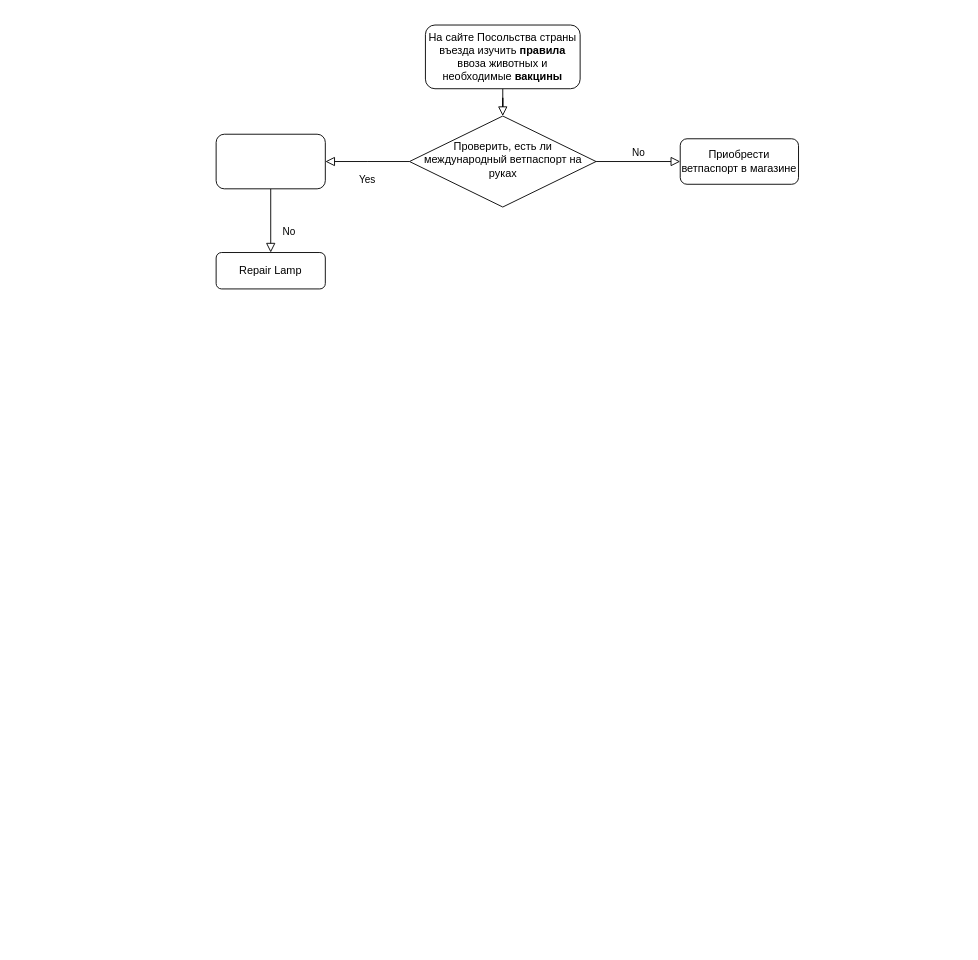
Before: Диаграмма без названия.drawio.xml in ttachyon/test_task_Kontur, a draw.io diagram. Source tidied: cells renumbered, new cells numbered last; positions are measured from the earlier drawing's top-left corner, leaving out a move shared by most shapes. Both pictures are drawn from the tidied source at 91%, with x=0, y=0 at pixel (216, 25).
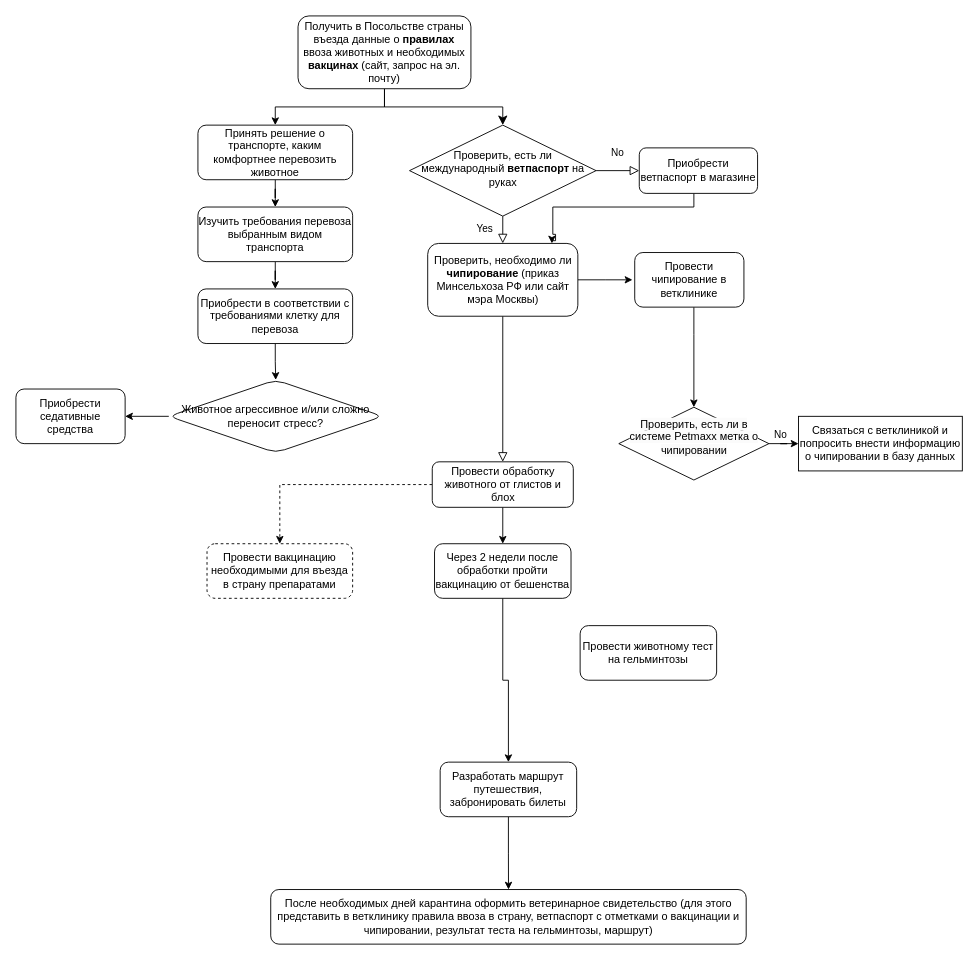
The same page after the edit.

Change to the diagram source:
```diff
@@
-    <mxCell id="2" style="rounded=0;html=1;jettySize=auto;fontSize=11;endArrow=block;endFill=0;endSize=8;strokeWidth=1;shadow=0;labelBackgroundColor=none;edgeStyle=orthogonalEdgeStyle;" parent="1" edge="1" source="3" target="6">
-      <mxGeometry relative="1" as="geometry" />
+    <mxCell id="2" style="rounded=0;html=1;jettySize=auto;fontSize=11;endArrow=classic;endFill=1;endSize=8;strokeWidth=1;shadow=0;labelBackgroundColor=none;edgeStyle=orthogonalEdgeStyle;" parent="1" edge="1" source="3" target="6">
+      <mxGeometry relative="1" as="geometry">
+        <Array as="points">
+          <mxPoint x="185" y="90" />
+          <mxPoint x="315" y="90" />
+        </Array>
+      </mxGeometry>
     </mxCell>
+    <mxCell id="11" style="edgeStyle=orthogonalEdgeStyle;rounded=0;jettySize=auto;html=1;" parent="1" edge="1" source="3" target="24">
+      <mxGeometry relative="1" as="geometry" />
+    </mxCell>
-    <mxCell id="3" value="На сайте Посольства страны въезда изучить &lt;b&gt;правила&lt;/b&gt; ввоза животных и необходимые &lt;b&gt;вакцины&lt;/b&gt;" style="rounded=1;whiteSpace=wrap;html=1;fontSize=12;glass=0;strokeWidth=1;shadow=0;" parent="1" vertex="1">
-      <mxGeometry x="230" width="170" height="70" as="geometry" />
+    <mxCell id="3" value="Получить в Посольстве страны въезда данные о&amp;nbsp;&lt;b&gt;правилах&lt;/b&gt; ввоза животных и необходимых &lt;b&gt;вакцинах&amp;nbsp;&lt;/b&gt;(сайт, запрос на эл. почту)" style="rounded=1;whiteSpace=wrap;html=1;fontSize=12;glass=0;strokeWidth=1;shadow=0;" parent="1" vertex="1">
+      <mxGeometry x="90" y="-10" width="190" height="80" as="geometry" />
     </mxCell>
-    <mxCell id="4" value="Yes" style="rounded=0;html=1;jettySize=auto;fontSize=11;endArrow=block;endFill=0;endSize=8;strokeWidth=1;shadow=0;labelBackgroundColor=none;edgeStyle=orthogonalEdgeStyle;" parent="1" edge="1" source="6">
-      <mxGeometry y="20" relative="1" as="geometry">
-        <mxPoint x="120" y="150" as="targetPoint" />
-      </mxGeometry>
+    <mxCell id="4" value="Yes" style="rounded=0;html=1;jettySize=auto;fontSize=11;endArrow=block;endFill=0;endSize=8;strokeWidth=1;shadow=0;labelBackgroundColor=none;edgeStyle=orthogonalEdgeStyle;exitX=0.5;exitY=1;exitDx=0;exitDy=0;entryX=0.5;entryY=0;entryDx=0;entryDy=0;" parent="1" edge="1" source="6" target="10">
+      <mxGeometry x="-0.08" y="-20" relative="1" as="geometry" />
     </mxCell>
     <mxCell id="5" value="No" style="edgeStyle=orthogonalEdgeStyle;rounded=0;html=1;jettySize=auto;fontSize=11;endArrow=block;endFill=0;endSize=8;strokeWidth=1;shadow=0;labelBackgroundColor=none;" parent="1" edge="1" source="6" target="7">
-      <mxGeometry y="10" relative="1" as="geometry" />
+      <mxGeometry x="-0.08" y="20" relative="1" as="geometry">
+        <mxPoint x="1" as="offset" />
+      </mxGeometry>
     </mxCell>
-    <mxCell id="6" value="Проверить, есть ли международный ветпаспорт на руках" style="rhombus;whiteSpace=wrap;html=1;shadow=0;fontFamily=Helvetica;fontSize=12;align=center;strokeWidth=1;spacing=6;spacingTop=-4;" parent="1" vertex="1">
-      <mxGeometry x="212.5" y="100" width="205" height="100" as="geometry" />
+    <mxCell id="6" value="Проверить, есть ли международный &lt;b&gt;ветпаспорт &lt;/b&gt;на руках" style="rhombus;whiteSpace=wrap;html=1;shadow=0;fontFamily=Helvetica;fontSize=12;align=center;strokeWidth=1;spacing=6;spacingTop=-4;" parent="1" vertex="1">
+      <mxGeometry x="212.5" y="110" width="205" height="100" as="geometry" />
     </mxCell>
+    <mxCell id="12" style="edgeStyle=orthogonalEdgeStyle;rounded=0;jettySize=auto;html=1;" parent="1" edge="1" source="7">
+      <mxGeometry relative="1" as="geometry">
+        <mxPoint x="369" y="240" as="targetPoint" />
+        <Array as="points">
+          <mxPoint x="525" y="200" />
+          <mxPoint x="370" y="200" />
+          <mxPoint x="370" y="230" />
+          <mxPoint x="373" y="230" />
+          <mxPoint x="373" y="237" />
+          <mxPoint x="369" y="237" />
+        </Array>
+      </mxGeometry>
+    </mxCell>
     <mxCell id="7" value="Приобрести ветпаспорт в магазине" style="rounded=1;whiteSpace=wrap;html=1;fontSize=12;glass=0;strokeWidth=1;shadow=0;" parent="1" vertex="1">
-      <mxGeometry x="510" y="125" width="130" height="50" as="geometry" />
+      <mxGeometry x="465" y="135" width="130" height="50" as="geometry" />
     </mxCell>
     <mxCell id="8" value="No" style="rounded=0;html=1;jettySize=auto;fontSize=11;endArrow=block;endFill=0;endSize=8;strokeWidth=1;shadow=0;labelBackgroundColor=none;edgeStyle=orthogonalEdgeStyle;exitX=0.5;exitY=1;exitDx=0;exitDy=0;" parent="1" edge="1" source="10" target="9">
-      <mxGeometry x="0.33" y="20" relative="1" as="geometry" />
+      <mxGeometry x="0.62" y="305" relative="1" as="geometry" />
     </mxCell>
+    <mxCell id="13" style="edgeStyle=orthogonalEdgeStyle;rounded=0;jettySize=auto;html=1;" parent="1" edge="1" source="9" target="22">
+      <mxGeometry relative="1" as="geometry" />
+    </mxCell>
+    <mxCell id="14" style="edgeStyle=orthogonalEdgeStyle;rounded=0;jettySize=auto;html=1;endArrow=classic;endFill=1;dashed=1;" parent="1" edge="1" source="9" target="32">
+      <mxGeometry relative="1" as="geometry" />
+    </mxCell>
-    <mxCell id="9" value="Repair Lamp" style="rounded=1;whiteSpace=wrap;html=1;fontSize=12;glass=0;strokeWidth=1;shadow=0;" parent="1" vertex="1">
-      <mxGeometry y="250" width="120" height="40" as="geometry" />
+    <mxCell id="9" value="Провести обработку животного от глистов и блох" style="rounded=1;whiteSpace=wrap;html=1;fontSize=12;glass=0;strokeWidth=1;shadow=0;" parent="1" vertex="1">
+      <mxGeometry x="237.5" y="480" width="155" height="50" as="geometry" />
     </mxCell>
+    <mxCell id="15" style="edgeStyle=orthogonalEdgeStyle;rounded=0;jettySize=auto;html=1;" parent="1" edge="1" source="10">
+      <mxGeometry relative="1" as="geometry">
+        <mxPoint x="457.5" y="280" as="targetPoint" />
+      </mxGeometry>
+    </mxCell>
-    <mxCell id="10" style="rounded=1;whiteSpace=wrap;html=1;" parent="1" vertex="1">
-      <mxGeometry y="120" width="120" height="60" as="geometry" />
+    <mxCell id="10" value="Проверить, необходимо ли &lt;b&gt;чипирование&lt;/b&gt; (приказ Минсельхоза РФ или сайт мэра Москвы)" style="rounded=1;whiteSpace=wrap;html=1;" parent="1" vertex="1">
+      <mxGeometry x="232.5" y="240" width="165" height="80" as="geometry" />
     </mxCell>
+    <mxCell id="16" style="edgeStyle=orthogonalEdgeStyle;rounded=0;jettySize=auto;html=1;" parent="1" edge="1" source="17">
+      <mxGeometry relative="1" as="geometry">
+        <mxPoint x="525" y="420" as="targetPoint" />
+        <Array as="points">
+          <mxPoint x="525" y="340" />
+          <mxPoint x="525" y="340" />
+        </Array>
+      </mxGeometry>
+    </mxCell>
+    <mxCell id="17" value="Провести чипирование в ветклинике" style="whiteSpace=wrap;html=1;rounded=1;" parent="1" vertex="1">
+      <mxGeometry x="460" y="250" width="120" height="60" as="geometry" />
+    </mxCell>
+    <mxCell id="18" style="edgeStyle=orthogonalEdgeStyle;rounded=0;jettySize=auto;html=1;" parent="1" edge="1" source="19" target="20">
+      <mxGeometry relative="1" as="geometry" />
+    </mxCell>
+    <mxCell id="19" value="&#10;&lt;span style=&quot;color: rgb(0, 0, 0); font-family: Helvetica; font-size: 12px; font-style: normal; font-variant-ligatures: normal; font-variant-caps: normal; font-weight: 400; letter-spacing: normal; orphans: 2; text-align: center; text-indent: 0px; text-transform: none; widows: 2; word-spacing: 0px; -webkit-text-stroke-width: 0px; background-color: rgb(251, 251, 251); text-decoration-thickness: initial; text-decoration-style: initial; text-decoration-color: initial; float: none; display: inline !important;&quot;&gt;Проверить, есть ли в системе Petmaxx метка о чипировании&lt;/span&gt;&#10;&#10;" style="rhombus;whiteSpace=wrap;html=1;" parent="1" vertex="1">
+      <mxGeometry x="442.5" y="420" width="165" height="80" as="geometry" />
+    </mxCell>
+    <mxCell id="20" value="Связаться с ветклиникой и попросить внести информацию о чипировании в базу данных" style="whiteSpace=wrap;html=1;" parent="1" vertex="1">
+      <mxGeometry x="640" y="430" width="180" height="60" as="geometry" />
+    </mxCell>
+    <mxCell id="21" style="edgeStyle=orthogonalEdgeStyle;rounded=0;jettySize=auto;html=1;endArrow=classic;endFill=1;" parent="1" edge="1" source="22" target="34">
+      <mxGeometry relative="1" as="geometry" />
+    </mxCell>
+    <mxCell id="22" value="Через 2 недели после обработки пройти вакцинацию от бешенства" style="whiteSpace=wrap;html=1;rounded=1;glass=0;strokeWidth=1;shadow=0;" parent="1" vertex="1">
+      <mxGeometry x="240" y="570" width="150" height="60" as="geometry" />
+    </mxCell>
+    <mxCell id="23" style="edgeStyle=orthogonalEdgeStyle;rounded=0;jettySize=auto;html=1;endArrow=classic;endFill=1;" parent="1" edge="1" source="24" target="26">
+      <mxGeometry relative="1" as="geometry" />
+    </mxCell>
+    <mxCell id="24" value="Принять решение о транспорте, каким комфортнее перевозить животное" style="whiteSpace=wrap;html=1;rounded=1;glass=0;strokeWidth=1;shadow=0;" parent="1" vertex="1">
+      <mxGeometry x="-20" y="110" width="170" height="60" as="geometry" />
+    </mxCell>
+    <mxCell id="25" style="edgeStyle=orthogonalEdgeStyle;rounded=0;jettySize=auto;html=1;endArrow=classic;endFill=1;" parent="1" edge="1" source="26" target="28">
+      <mxGeometry relative="1" as="geometry" />
+    </mxCell>
+    <mxCell id="26" value="Изучить требования перевоза выбранным видом транспорта" style="whiteSpace=wrap;html=1;rounded=1;glass=0;strokeWidth=1;shadow=0;" parent="1" vertex="1">
+      <mxGeometry x="-20" y="200" width="170" height="60" as="geometry" />
+    </mxCell>
+    <mxCell id="27" style="edgeStyle=orthogonalEdgeStyle;rounded=0;jettySize=auto;html=1;endArrow=classic;endFill=1;" parent="1" edge="1" source="28" target="30">
+      <mxGeometry relative="1" as="geometry" />
+    </mxCell>
+    <mxCell id="28" value="Приобрести в соответствии с требованиями клетку для перевоза" style="whiteSpace=wrap;html=1;rounded=1;glass=0;strokeWidth=1;shadow=0;" parent="1" vertex="1">
+      <mxGeometry x="-20" y="290" width="170" height="60" as="geometry" />
+    </mxCell>
+    <mxCell id="29" style="edgeStyle=orthogonalEdgeStyle;rounded=0;jettySize=auto;html=1;endArrow=classic;endFill=1;" parent="1" edge="1" source="30" target="31">
+      <mxGeometry relative="1" as="geometry" />
+    </mxCell>
+    <mxCell id="30" value="Животное агрессивное и/или сложно переносит стресс?" style="rhombus;whiteSpace=wrap;html=1;rounded=1;glass=0;strokeWidth=1;shadow=0;" parent="1" vertex="1">
+      <mxGeometry x="-52" y="390" width="235" height="80" as="geometry" />
+    </mxCell>
+    <mxCell id="31" value="Приобрести седативные средства" style="whiteSpace=wrap;html=1;rounded=1;glass=0;strokeWidth=1;shadow=0;" parent="1" vertex="1">
+      <mxGeometry x="-220" y="400" width="120" height="60" as="geometry" />
+    </mxCell>
+    <mxCell id="32" value="Провести вакцинацию необходимыми для въезда в страну препаратами" style="rounded=1;whiteSpace=wrap;html=1;dashed=1;" parent="1" vertex="1">
+      <mxGeometry x="-10" y="570" width="160" height="60" as="geometry" />
+    </mxCell>
+    <mxCell id="33" style="edgeStyle=orthogonalEdgeStyle;rounded=0;jettySize=auto;html=1;endArrow=classic;endFill=1;" parent="1" edge="1" source="34" target="35">
+      <mxGeometry relative="1" as="geometry" />
+    </mxCell>
+    <mxCell id="34" value="Разработать маршрут путешествия, забронировать билеты" style="whiteSpace=wrap;html=1;rounded=1;glass=0;strokeWidth=1;shadow=0;" parent="1" vertex="1">
+      <mxGeometry x="246.2" y="810" width="150" height="60" as="geometry" />
+    </mxCell>
+    <mxCell id="35" value="После необходимых дней карантина оформить ветеринарное свидетельство (для этого представить в ветклинику правила ввоза в страну, ветпаспорт с отметками о вакцинации и чипировании, результат теста на гельминтозы, маршрут)" style="whiteSpace=wrap;html=1;rounded=1;glass=0;strokeWidth=1;shadow=0;" parent="1" vertex="1">
+      <mxGeometry x="60" y="950" width="522.5" height="60" as="geometry" />
+    </mxCell>
+    <mxCell id="36" value="Провести животному тест на гельминтозы" style="whiteSpace=wrap;html=1;rounded=1;glass=0;strokeWidth=1;shadow=0;" parent="1" vertex="1">
+      <mxGeometry x="400" y="660" width="150" height="60" as="geometry" />
+    </mxCell>
```
